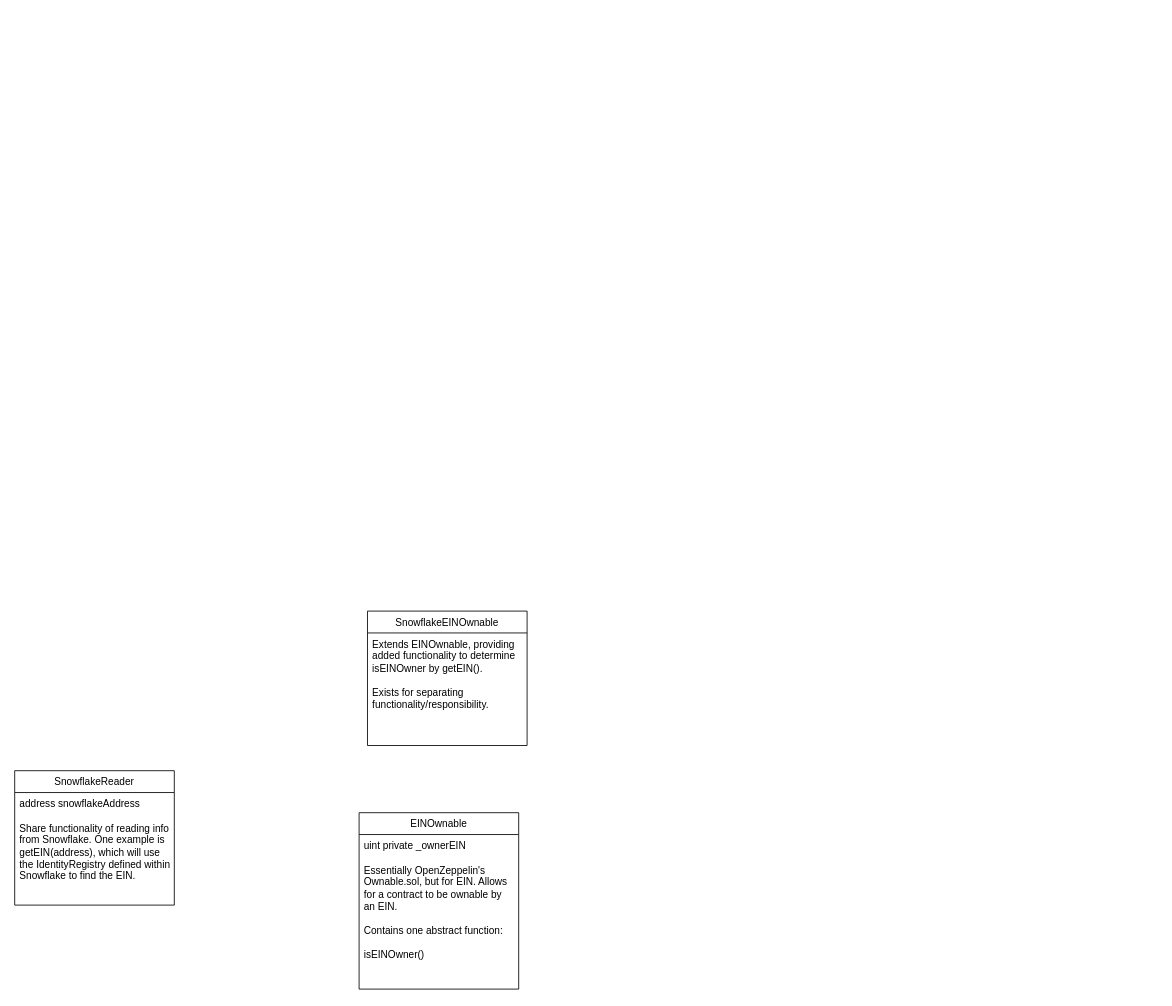
Luiserebii/HydroSnowflake-Marketplace-Coupons keeps this draw.io diagram as docs/Snowflake Coupon Marketplace - Hydro Bounty.drawio. Above is the earlier version. Source tidied: cells renumbered, new cells numbered last; positions are measured from the earlier drawing's top-left corner, leaving out a move shared by most shapes. Both pictures are drawn from the tidied source at 84%, with x=0, y=0 at pixel (14, 611).
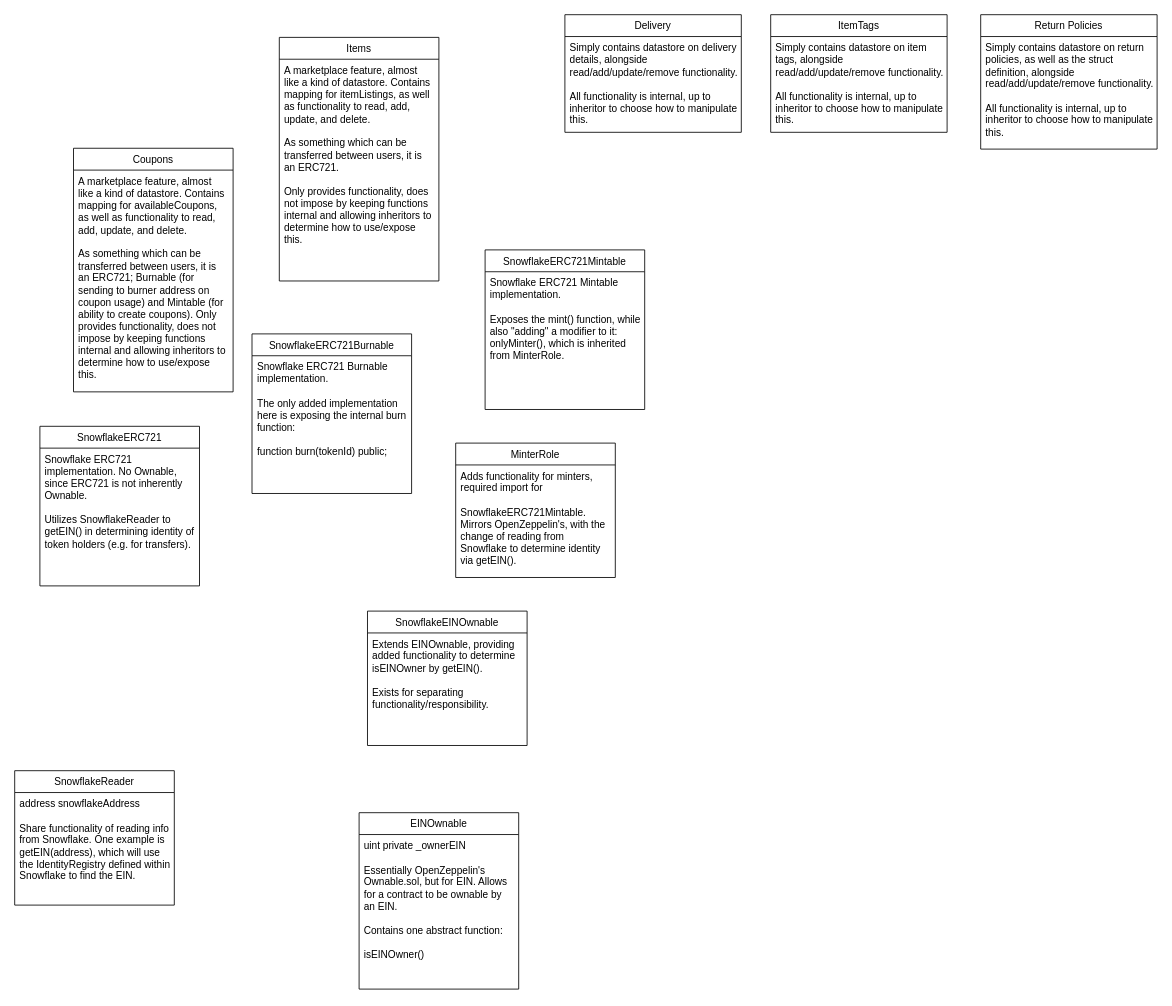
After the change.

Commit message:
Many additions to diagram

Diff of the diagram source:
```diff
@@
+    <mxCell id="8" value="MinterRole" style="swimlane;fontStyle=0;horizontal=1;startSize=26;fillColor=none;" parent="1" vertex="1">
+      <mxGeometry x="525" y="-200" width="190" height="160" as="geometry" />
+    </mxCell>
+    <mxCell id="9" value="Adds functionality for minters, required import for &#10;&#10;SnowflakeERC721Mintable. Mirrors OpenZeppelin's, with the change of reading from Snowflake to determine identity via getEIN().&#10;" style="text;strokeColor=none;fillColor=none;align=left;verticalAlign=top;spacingLeft=4;spacingRight=4;overflow=hidden;whiteSpace=wrap;" parent="8" vertex="1">
+      <mxGeometry y="26" width="190" height="134" as="geometry" />
+    </mxCell>
+    <mxCell id="10" value="SnowflakeERC721" style="swimlane;fontStyle=0;horizontal=1;startSize=26;fillColor=none;" parent="1" vertex="1">
+      <mxGeometry x="30" y="-220" width="190" height="190" as="geometry" />
+    </mxCell>
+    <mxCell id="11" value="Snowflake ERC721 implementation. No Ownable, since ERC721 is not inherently Ownable.&#10;&#10;Utilizes SnowflakeReader to getEIN() in determining identity of token holders (e.g. for transfers)." style="text;strokeColor=none;fillColor=none;align=left;verticalAlign=top;spacingLeft=4;spacingRight=4;overflow=hidden;whiteSpace=wrap;" parent="10" vertex="1">
+      <mxGeometry y="26" width="190" height="164" as="geometry" />
+    </mxCell>
+    <mxCell id="12" value="SnowflakeERC721Burnable" style="swimlane;fontStyle=0;horizontal=1;startSize=26;fillColor=none;" parent="1" vertex="1">
+      <mxGeometry x="282.5" y="-330" width="190" height="190" as="geometry" />
+    </mxCell>
+    <mxCell id="13" value="Snowflake ERC721 Burnable implementation. &#10;&#10;The only added implementation here is exposing the internal burn function:&#10;&#10;function burn(tokenId) public;" style="text;strokeColor=none;fillColor=none;align=left;verticalAlign=top;spacingLeft=4;spacingRight=4;overflow=hidden;whiteSpace=wrap;" parent="12" vertex="1">
+      <mxGeometry y="26" width="190" height="164" as="geometry" />
+    </mxCell>
+    <mxCell id="14" value="SnowflakeERC721Mintable" style="swimlane;fontStyle=0;horizontal=1;startSize=26;fillColor=none;" parent="1" vertex="1">
+      <mxGeometry x="560" y="-430" width="190" height="190" as="geometry" />
+    </mxCell>
+    <mxCell id="15" value="Snowflake ERC721 Mintable implementation. &#10;&#10;Exposes the mint() function, while also &quot;adding&quot; a modifier to it: onlyMinter(), which is inherited from MinterRole. " style="text;strokeColor=none;fillColor=none;align=left;verticalAlign=top;spacingLeft=4;spacingRight=4;overflow=hidden;whiteSpace=wrap;" parent="14" vertex="1">
+      <mxGeometry y="26" width="190" height="164" as="geometry" />
+    </mxCell>
+    <mxCell id="16" value="Coupons" style="swimlane;fontStyle=0;horizontal=1;startSize=26;fillColor=none;" parent="1" vertex="1">
+      <mxGeometry x="70" y="-551" width="190" height="290" as="geometry" />
+    </mxCell>
+    <mxCell id="17" value="A marketplace feature, almost like a kind of datastore. Contains mapping for availableCoupons, as well as functionality to read, add, update, and delete.&#10;&#10;As something which can be transferred between users, it is an ERC721; Burnable (for sending to burner address on coupon usage) and Mintable (for ability to create coupons). Only provides functionality, does not impose by keeping functions internal and allowing inheritors to determine how to use/expose this." style="text;strokeColor=none;fillColor=none;align=left;verticalAlign=top;spacingLeft=4;spacingRight=4;overflow=hidden;whiteSpace=wrap;" parent="16" vertex="1">
+      <mxGeometry y="26" width="190" height="264" as="geometry" />
+    </mxCell>
+    <mxCell id="18" value="Items" style="swimlane;fontStyle=0;horizontal=1;startSize=26;fillColor=none;" parent="1" vertex="1">
+      <mxGeometry x="315" y="-683" width="190" height="290" as="geometry" />
+    </mxCell>
+    <mxCell id="19" value="A marketplace feature, almost like a kind of datastore. Contains mapping for itemListings, as well as functionality to read, add, update, and delete.&#10;&#10;As something which can be transferred between users, it is an ERC721.&#10;&#10;Only provides functionality, does not impose by keeping functions internal and allowing inheritors to determine how to use/expose this." style="text;strokeColor=none;fillColor=none;align=left;verticalAlign=top;spacingLeft=4;spacingRight=4;overflow=hidden;whiteSpace=wrap;" parent="18" vertex="1">
+      <mxGeometry y="26" width="190" height="264" as="geometry" />
+    </mxCell>
+    <mxCell id="20" value="Delivery" style="swimlane;fontStyle=0;horizontal=1;startSize=26;fillColor=none;" parent="1" vertex="1">
+      <mxGeometry x="655" y="-710" width="210" height="140" as="geometry" />
+    </mxCell>
+    <mxCell id="21" value="Simply contains datastore on delivery details, alongside read/add/update/remove functionality. &#10;&#10;All functionality is internal, up to inheritor to choose how to manipulate this." style="text;strokeColor=none;fillColor=none;align=left;verticalAlign=top;spacingLeft=4;spacingRight=4;overflow=hidden;whiteSpace=wrap;" parent="20" vertex="1">
+      <mxGeometry y="26" width="210" height="114" as="geometry" />
+    </mxCell>
+    <mxCell id="22" value="ItemTags" style="swimlane;fontStyle=0;horizontal=1;startSize=26;fillColor=none;" parent="1" vertex="1">
+      <mxGeometry x="900" y="-710" width="210" height="140" as="geometry" />
+    </mxCell>
+    <mxCell id="23" value="Simply contains datastore on item tags, alongside read/add/update/remove functionality. &#10;&#10;All functionality is internal, up to inheritor to choose how to manipulate this." style="text;strokeColor=none;fillColor=none;align=left;verticalAlign=top;spacingLeft=4;spacingRight=4;overflow=hidden;whiteSpace=wrap;" parent="22" vertex="1">
+      <mxGeometry y="26" width="210" height="114" as="geometry" />
+    </mxCell>
+    <mxCell id="24" value="Return Policies" style="swimlane;fontStyle=0;horizontal=1;startSize=26;fillColor=none;" parent="1" vertex="1">
+      <mxGeometry x="1150" y="-710" width="210" height="160" as="geometry" />
+    </mxCell>
+    <mxCell id="25" value="Simply contains datastore on return policies, as well as the struct definition, alongside read/add/update/remove functionality. &#10;&#10;All functionality is internal, up to inheritor to choose how to manipulate this." style="text;strokeColor=none;fillColor=none;align=left;verticalAlign=top;spacingLeft=4;spacingRight=4;overflow=hidden;whiteSpace=wrap;" parent="24" vertex="1">
+      <mxGeometry y="26" width="210" height="134" as="geometry" />
+    </mxCell>
```
